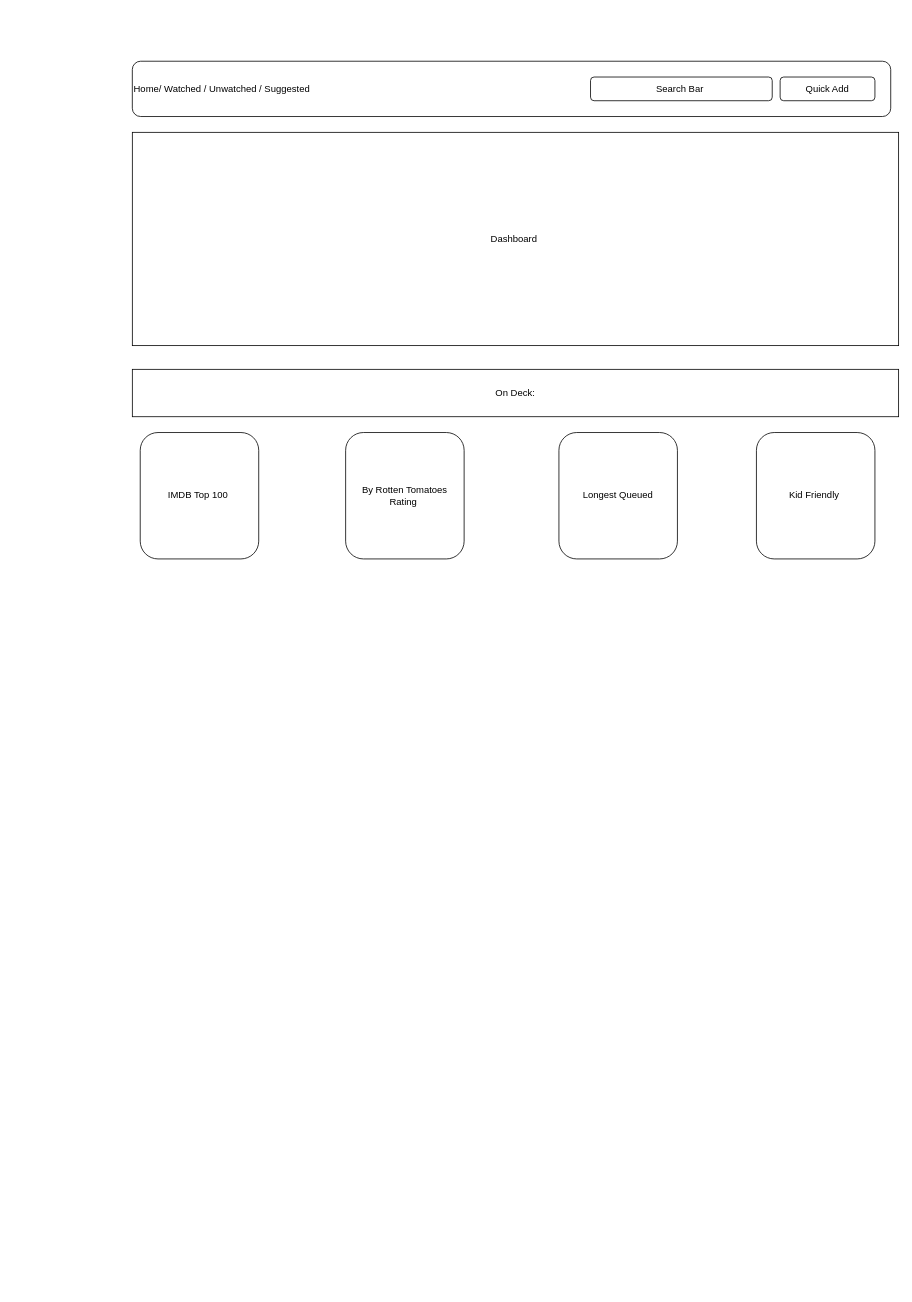
The draw.io diagram Untitled Diagram.drawio in Twmwayne/project1, before the edit. Source tidied: cells renumbered, new cells numbered last; positions are measured from the earlier drawing's top-left corner, leaving out a move shared by most shapes. Both pictures are drawn from the tidied source at 79%, with x=0, y=0 at pixel (132, 61).
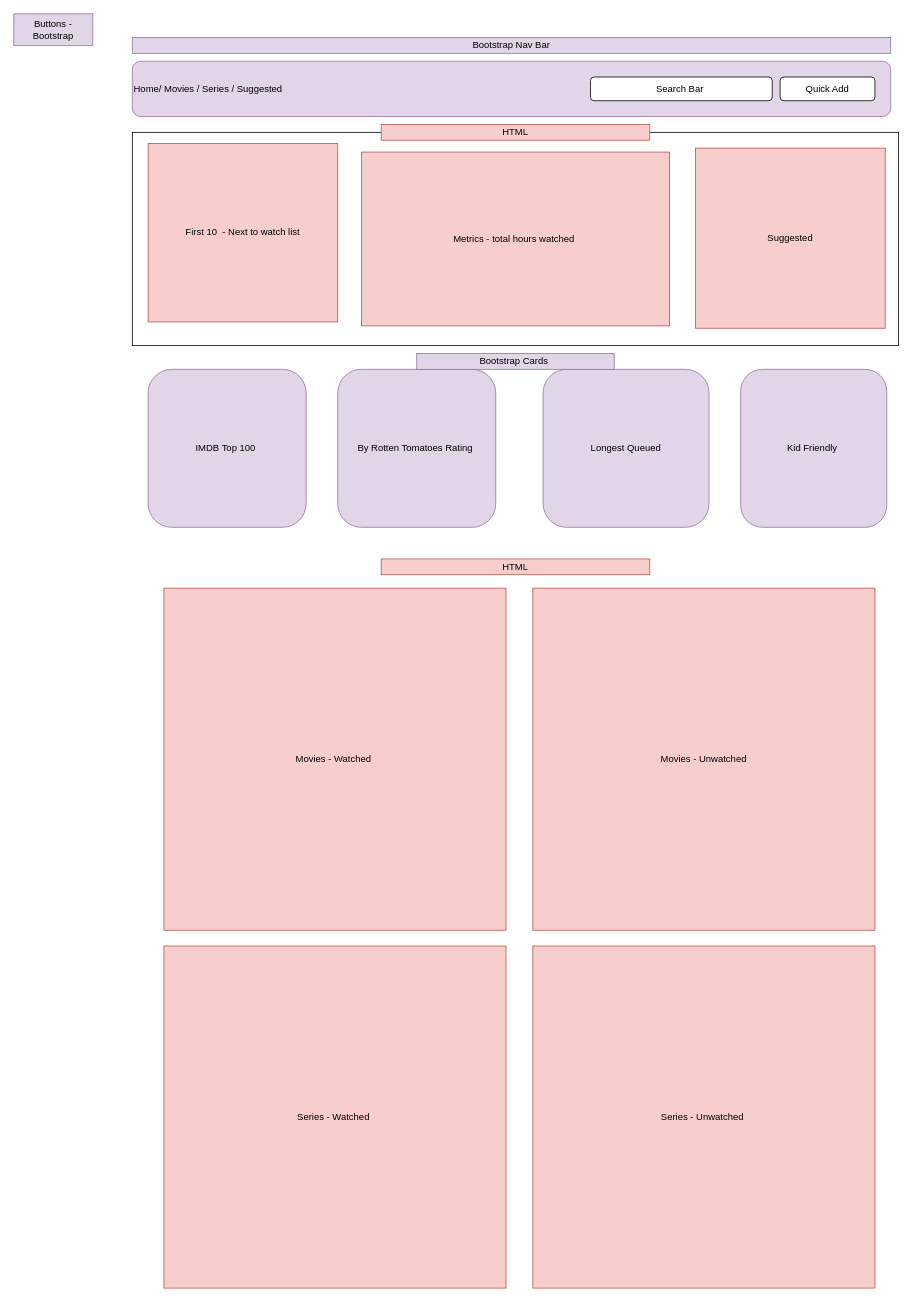
After the change.

Diff of the diagram source:
```diff
@@
-    <mxCell id="2" value="Home/ Watched / Unwatched / Suggested" style="rounded=1;whiteSpace=wrap;html=1;align=left;" parent="1" vertex="1">
+    <mxCell id="2" value="Home/ Movies / Series / Suggested" style="rounded=1;whiteSpace=wrap;html=1;align=left;fillColor=#e1d5e7;strokeColor=#9673a6;" parent="1" vertex="1">
       <mxGeometry width="960" height="70" as="geometry" />
     </mxCell>
-    <mxCell id="3" value="Dashboard&amp;nbsp;" style="rounded=0;whiteSpace=wrap;html=1;" parent="1" vertex="1">
+    <mxCell id="3" style="rounded=0;whiteSpace=wrap;html=1;" parent="1" vertex="1">
       <mxGeometry y="90" width="970" height="270" as="geometry" />
     </mxCell>
-    <mxCell id="4" value="By Rotten Tomatoes Rating&amp;nbsp;" style="rounded=1;whiteSpace=wrap;html=1;" parent="1" vertex="1">
-      <mxGeometry x="270" y="470" width="150" height="160" as="geometry" />
+    <mxCell id="4" value="By Rotten Tomatoes Rating&amp;nbsp;" style="rounded=1;whiteSpace=wrap;html=1;fillColor=#e1d5e7;strokeColor=#9673a6;" parent="1" vertex="1">
+      <mxGeometry x="260" y="390" width="200" height="200" as="geometry" />
     </mxCell>
-    <mxCell id="5" value="Kid Friendly&amp;nbsp;" style="rounded=1;whiteSpace=wrap;html=1;" parent="1" vertex="1">
-      <mxGeometry x="790" y="470" width="150" height="160" as="geometry" />
+    <mxCell id="5" value="Kid Friendly&amp;nbsp;" style="rounded=1;whiteSpace=wrap;html=1;fillColor=#e1d5e7;strokeColor=#9673a6;" parent="1" vertex="1">
+      <mxGeometry x="770" y="390" width="185" height="200" as="geometry" />
     </mxCell>
-    <mxCell id="6" value="On Deck:" style="rounded=0;whiteSpace=wrap;html=1;" parent="1" vertex="1">
-      <mxGeometry y="390" width="970" height="60" as="geometry" />
-    </mxCell>
-    <mxCell id="7" value="Longest Queued" style="rounded=1;whiteSpace=wrap;html=1;" parent="1" vertex="1">
-      <mxGeometry x="540" y="470" width="150" height="160" as="geometry" />
+    <mxCell id="7" value="Longest Queued" style="rounded=1;whiteSpace=wrap;html=1;fillColor=#e1d5e7;strokeColor=#9673a6;" parent="1" vertex="1">
+      <mxGeometry x="520" y="390" width="210" height="200" as="geometry" />
     </mxCell>
-    <mxCell id="8" value="IMDB Top 100&amp;nbsp;" style="rounded=1;whiteSpace=wrap;html=1;" parent="1" vertex="1">
-      <mxGeometry x="10" y="470" width="150" height="160" as="geometry" />
+    <mxCell id="8" value="IMDB Top 100&amp;nbsp;" style="rounded=1;whiteSpace=wrap;html=1;fillColor=#e1d5e7;strokeColor=#9673a6;" parent="1" vertex="1">
+      <mxGeometry x="20" y="390" width="200" height="200" as="geometry" />
     </mxCell>
@@
+    <mxCell id="11" value="First 10&amp;nbsp; - Next to watch list" style="text;html=1;strokeColor=#b85450;fillColor=#f8cecc;align=center;verticalAlign=middle;whiteSpace=wrap;rounded=0;" parent="1" vertex="1">
+      <mxGeometry x="20" y="104" width="240" height="226" as="geometry" />
+    </mxCell>
+    <mxCell id="12" value="Bootstrap Nav Bar" style="text;html=1;strokeColor=#9673a6;fillColor=#e1d5e7;align=center;verticalAlign=middle;whiteSpace=wrap;rounded=0;" parent="1" vertex="1">
+      <mxGeometry y="-30" width="960" height="20" as="geometry" />
+    </mxCell>
+    <mxCell id="13" value="Metrics - total hours watched&amp;nbsp;" style="text;html=1;strokeColor=#b85450;fillColor=#f8cecc;align=center;verticalAlign=middle;whiteSpace=wrap;rounded=0;" parent="1" vertex="1">
+      <mxGeometry x="290" y="115" width="390" height="220" as="geometry" />
+    </mxCell>
+    <mxCell id="14" value="Bootstrap Cards&amp;nbsp;" style="text;html=1;strokeColor=#9673a6;fillColor=#e1d5e7;align=center;verticalAlign=middle;whiteSpace=wrap;rounded=0;" parent="1" vertex="1">
+      <mxGeometry x="360" y="370" width="250" height="20" as="geometry" />
+    </mxCell>
+    <mxCell id="15" value="HTML" style="text;html=1;strokeColor=#b85450;fillColor=#f8cecc;align=center;verticalAlign=middle;whiteSpace=wrap;rounded=0;" parent="1" vertex="1">
+      <mxGeometry x="315" y="80" width="340" height="20" as="geometry" />
+    </mxCell>
+    <mxCell id="16" value="Movies - Watched&amp;nbsp;" style="whiteSpace=wrap;html=1;fillColor=#f8cecc;strokeColor=#b85450;" parent="1" vertex="1">
+      <mxGeometry x="40" y="667" width="433" height="433" as="geometry" />
+    </mxCell>
+    <mxCell id="17" value="Series - Watched&amp;nbsp;" style="whiteSpace=wrap;html=1;fillColor=#f8cecc;strokeColor=#b85450;" parent="1" vertex="1">
+      <mxGeometry x="40" y="1120" width="433" height="433" as="geometry" />
+    </mxCell>
+    <mxCell id="18" value="Movies - Unwatched" style="whiteSpace=wrap;html=1;fillColor=#f8cecc;strokeColor=#b85450;" parent="1" vertex="1">
+      <mxGeometry x="507" y="667" width="433" height="433" as="geometry" />
+    </mxCell>
+    <mxCell id="19" value="Series - Unwatched&amp;nbsp;" style="whiteSpace=wrap;html=1;fillColor=#f8cecc;strokeColor=#b85450;" parent="1" vertex="1">
+      <mxGeometry x="507" y="1120" width="433" height="433" as="geometry" />
+    </mxCell>
+    <mxCell id="20" value="Suggested" style="text;html=1;strokeColor=#b85450;fillColor=#f8cecc;align=center;verticalAlign=middle;whiteSpace=wrap;rounded=0;" parent="1" vertex="1">
+      <mxGeometry x="713" y="110" width="240" height="228" as="geometry" />
+    </mxCell>
+    <mxCell id="21" value="HTML" style="text;html=1;strokeColor=#b85450;fillColor=#f8cecc;align=center;verticalAlign=middle;whiteSpace=wrap;rounded=0;" parent="1" vertex="1">
+      <mxGeometry x="315" y="630" width="340" height="20" as="geometry" />
+    </mxCell>
+    <mxCell id="22" value="Buttons - Bootstrap" style="text;html=1;strokeColor=#9673a6;fillColor=#e1d5e7;align=center;verticalAlign=middle;whiteSpace=wrap;rounded=0;" parent="1" vertex="1">
+      <mxGeometry x="-150" y="-60" width="100" height="40" as="geometry" />
+    </mxCell>
```
